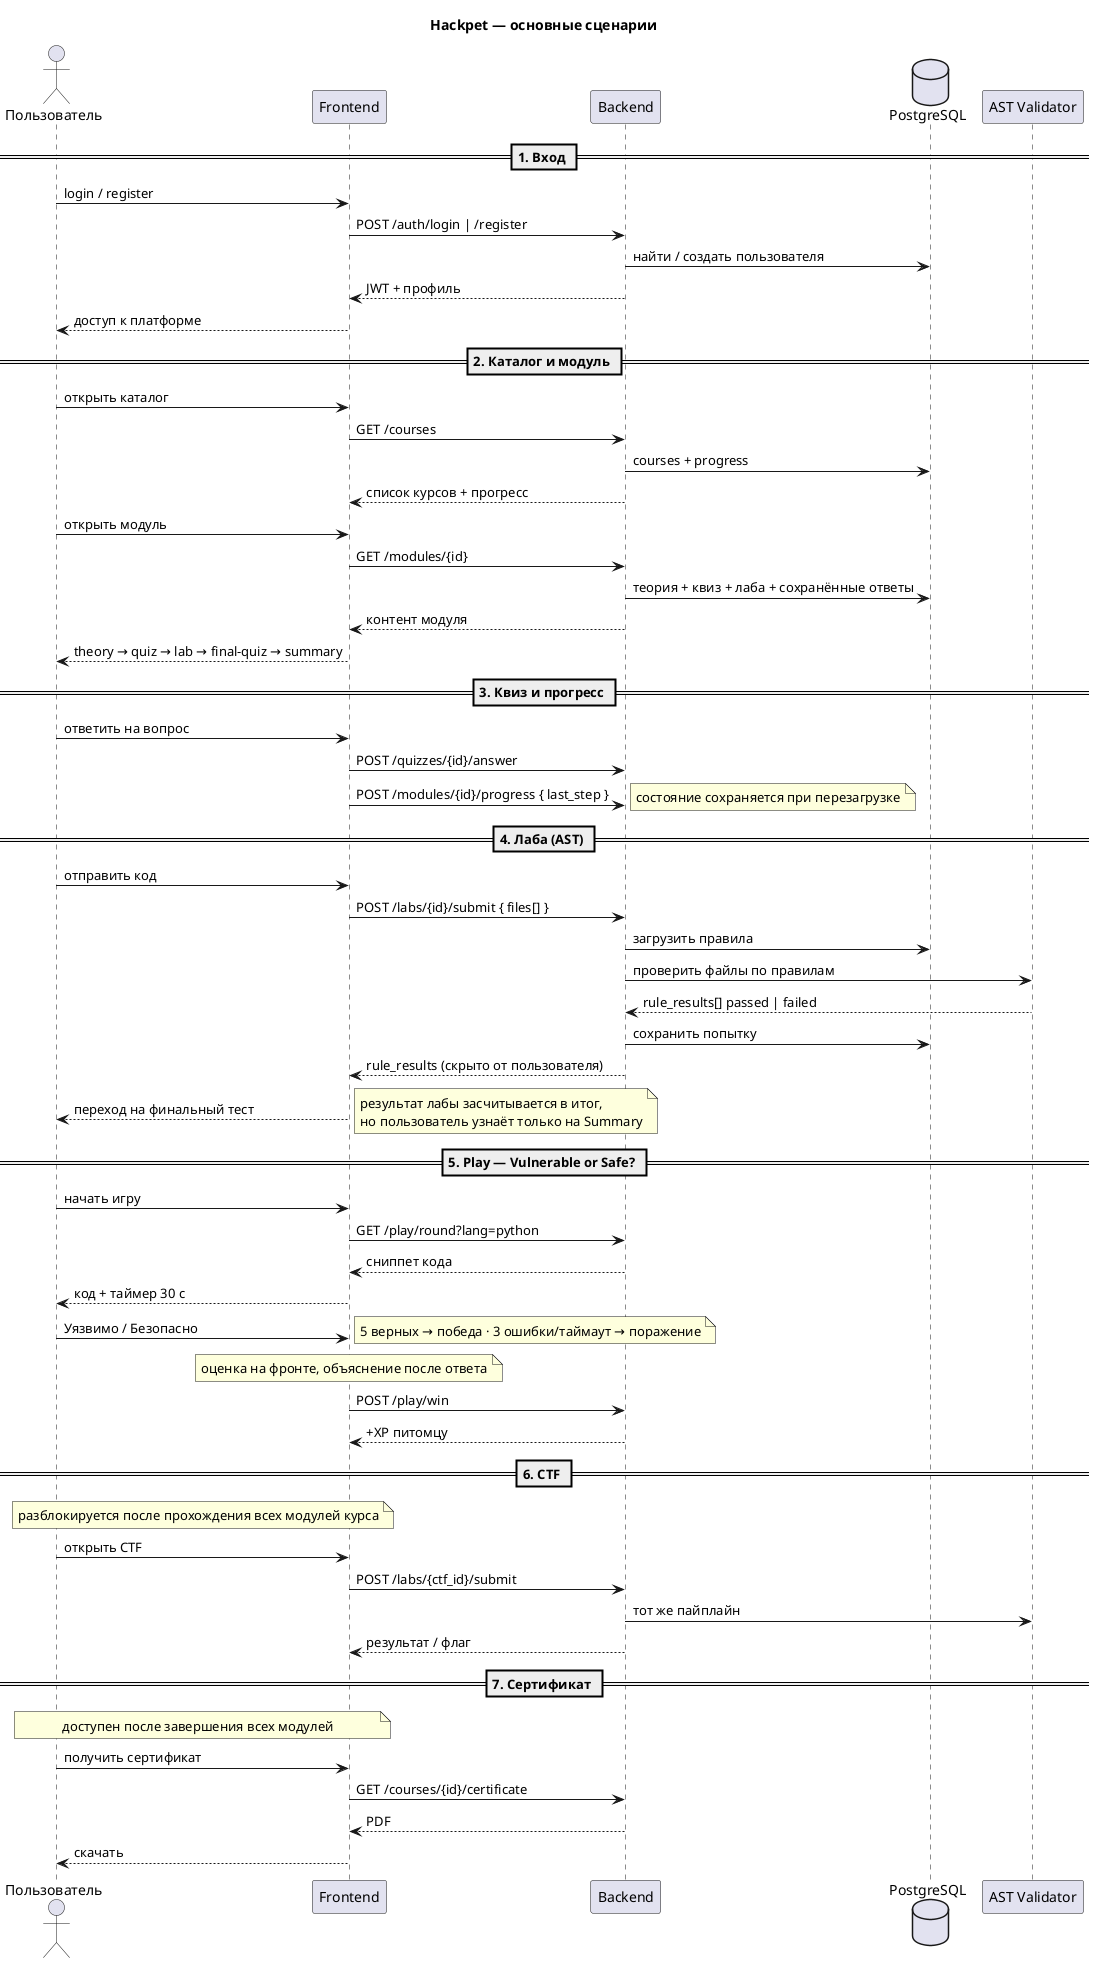
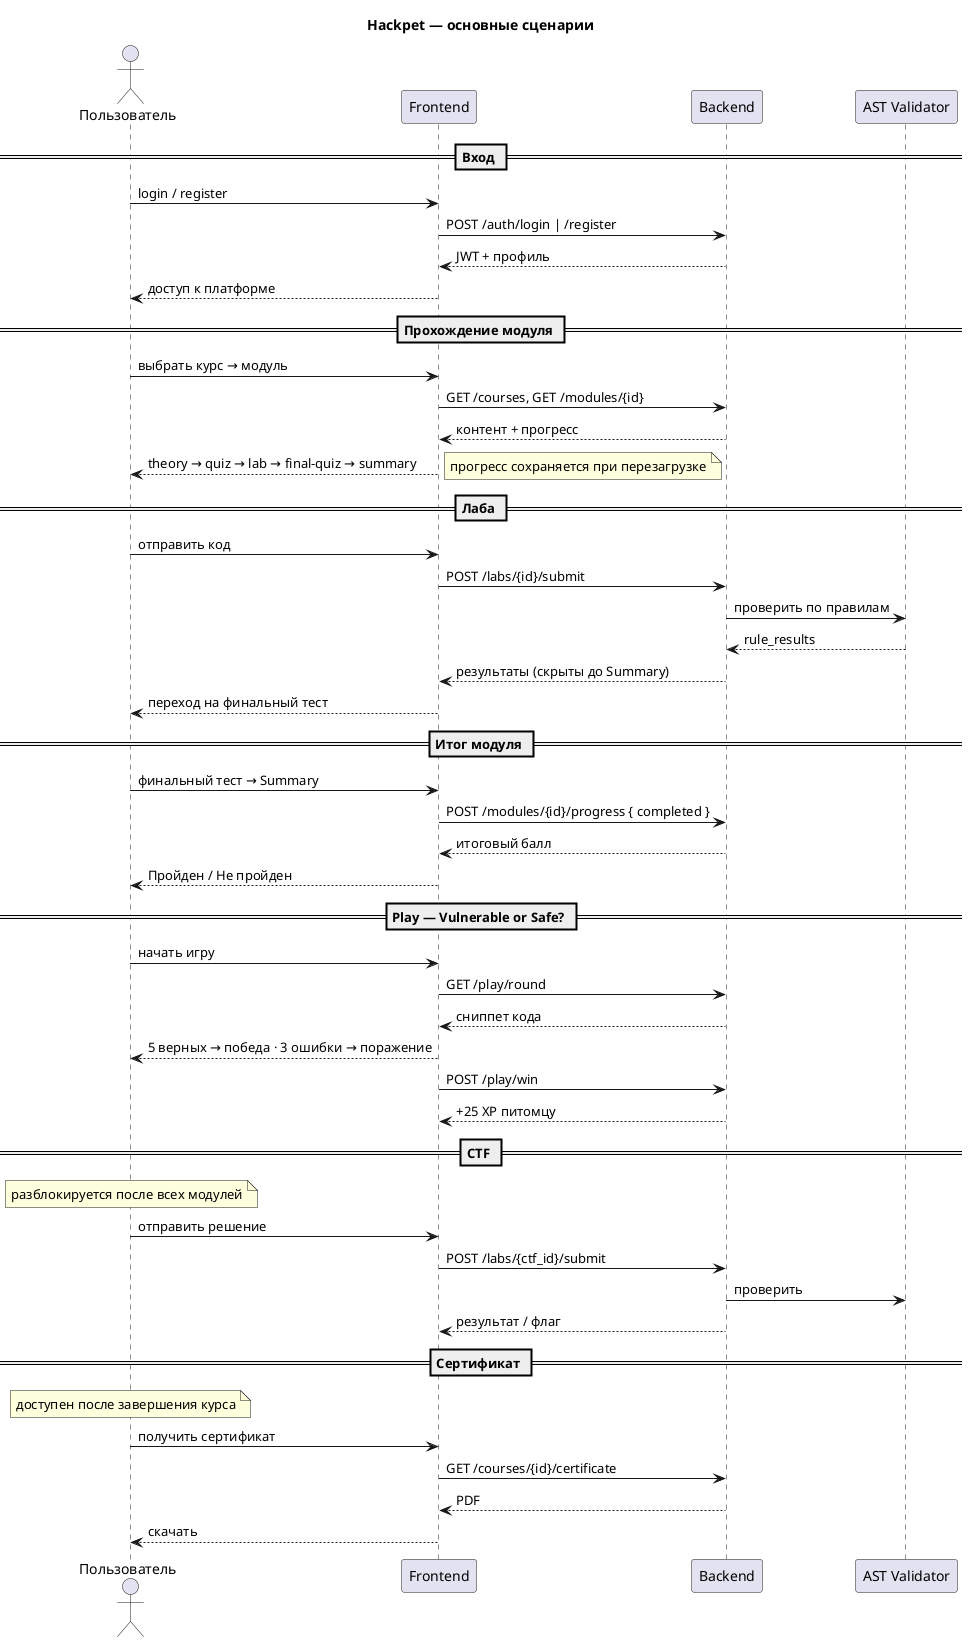
@startuml Hackpet_Main_Sequence
title Hackpet — основные сценарии

actor "Пользователь" as User
participant "Frontend" as FE
participant "Backend" as API
- database "PostgreSQL" as DB
participant "AST Validator" as AST

- == 1. Вход ==
+ == Вход ==
User -> FE : login / register
FE -> API : POST /auth/login | /register
- API -> DB : найти / создать пользователя
API --> FE : JWT + профиль
FE --> User : доступ к платформе

- == 2. Каталог и модуль ==
- User -> FE : открыть каталог
- FE -> API : GET /courses
- API -> DB : courses + progress
- API --> FE : список курсов + прогресс
+ == Прохождение модуля ==
+ User -> FE : выбрать курс → модуль
+ FE -> API : GET /courses, GET /modules/{id}
+ API --> FE : контент + прогресс
+ FE --> User : theory → quiz → lab → final-quiz → summary
+ note right : прогресс сохраняется при перезагрузке

- User -> FE : открыть модуль
- FE -> API : GET /modules/{id}
- API -> DB : теория + квиз + лаба + сохранённые ответы
- API --> FE : контент модуля
- FE --> User : theory → quiz → lab → final-quiz → summary
+ == Лаба ==
+ User -> FE : отправить код
+ FE -> API : POST /labs/{id}/submit
+ API -> AST : проверить по правилам
+ AST --> API : rule_results
+ API --> FE : результаты (скрыты до Summary)
+ FE --> User : переход на финальный тест

- == 3. Квиз и прогресс ==
- User -> FE : ответить на вопрос
- FE -> API : POST /quizzes/{id}/answer
- FE -> API : POST /modules/{id}/progress { last_step }
- note right : состояние сохраняется при перезагрузке
+ == Итог модуля ==
+ User -> FE : финальный тест → Summary
+ FE -> API : POST /modules/{id}/progress { completed }
+ API --> FE : итоговый балл
+ FE --> User : Пройден / Не пройден

- == 4. Лаба (AST) ==
- User -> FE : отправить код
- FE -> API : POST /labs/{id}/submit { files[] }
- API -> DB : загрузить правила
- API -> AST : проверить файлы по правилам
- AST --> API : rule_results[] passed | failed
- API -> DB : сохранить попытку
- API --> FE : rule_results (скрыто от пользователя)
- FE --> User : переход на финальный тест
- note right : результат лабы засчитывается в итог,\nно пользователь узнаёт только на Summary
+ == Play — Vulnerable or Safe? ==
+ User -> FE : начать игру
+ FE -> API : GET /play/round
+ API --> FE : сниппет кода
+ FE --> User : 5 верных → победа · 3 ошибки → поражение
+ FE -> API : POST /play/win
+ API --> FE : +25 XP питомцу

- == 5. Play — Vulnerable or Safe? ==
- User -> FE : начать игру
- FE -> API : GET /play/round?lang=python
- API --> FE : сниппет кода
- FE --> User : код + таймер 30 с
- 
- User -> FE : Уязвимо / Безопасно
- note over FE : оценка на фронте, объяснение после ответа
- note right : 5 верных → победа · 3 ошибки/таймаут → поражение
- 
- FE -> API : POST /play/win
- API --> FE : +XP питомцу
- 
- == 6. CTF ==
- note over User, FE : разблокируется после прохождения всех модулей курса
- User -> FE : открыть CTF
+ == CTF ==
+ note over User : разблокируется после всех модулей
+ User -> FE : отправить решение
FE -> API : POST /labs/{ctf_id}/submit
- API -> AST : тот же пайплайн
+ API -> AST : проверить
API --> FE : результат / флаг

- == 7. Сертификат ==
- note over User, FE : доступен после завершения всех модулей
+ == Сертификат ==
+ note over User : доступен после завершения курса
User -> FE : получить сертификат
FE -> API : GET /courses/{id}/certificate
API --> FE : PDF
FE --> User : скачать

@enduml
